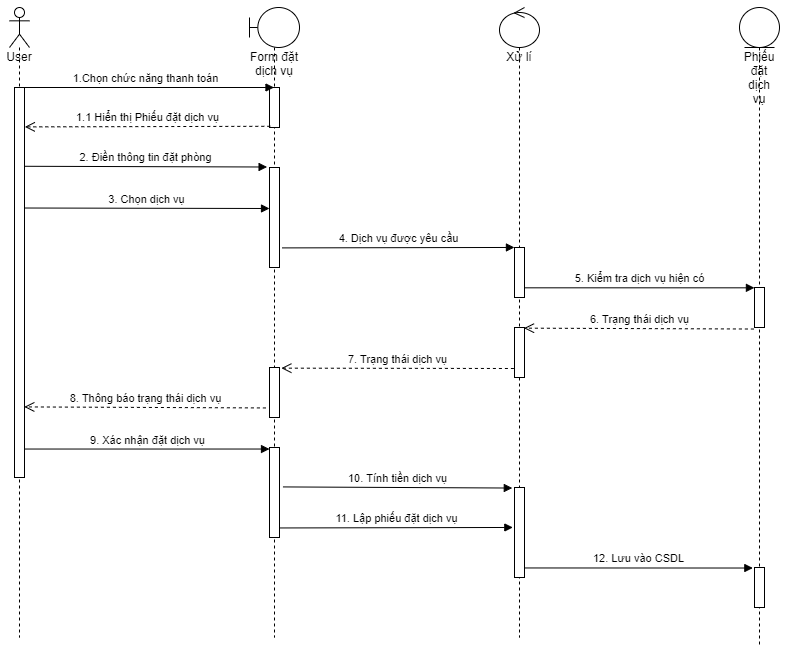
Above: Phan_Tich_Thiet_Ke/Diagram/Sequence_Diagram/Sequence_DatDichVu.png in KNhaa/DoAnCNPM (draw.io), before the change. Source tidied: cells renumbered, new cells last; positions are measured from the earlier drawing's top-left corner, leaving out a move shared by most shapes. The source it was exported from:
```xml
<mxGraphModel>
  <root>
    <mxCell id="0" />
    <mxCell id="1" parent="0" />
    <mxCell id="2" value="User" style="shape=umlLifeline;participant=umlActor;perimeter=lifelinePerimeter;whiteSpace=wrap;html=1;verticalAlign=top;spacingTop=36;outlineConnect=0;" parent="1" vertex="1">
      <mxGeometry width="20" height="630" as="geometry" />
    </mxCell>
    <mxCell id="3" style="html=1;points=[];perimeter=orthogonalPerimeter;" parent="2" vertex="1">
      <mxGeometry x="5" y="80" width="10" height="390" as="geometry" />
    </mxCell>
    <mxCell id="4" value="Form đặt dịch vụ" style="shape=umlLifeline;participant=umlBoundary;perimeter=lifelinePerimeter;whiteSpace=wrap;html=1;verticalAlign=top;spacingTop=36;outlineConnect=0;" parent="1" vertex="1">
      <mxGeometry x="240" width="50" height="630" as="geometry" />
    </mxCell>
    <mxCell id="5" style="html=1;points=[];perimeter=orthogonalPerimeter;" parent="4" vertex="1">
      <mxGeometry x="20" y="80" width="10" height="40" as="geometry" />
    </mxCell>
    <mxCell id="6" style="html=1;points=[];perimeter=orthogonalPerimeter;" parent="4" vertex="1">
      <mxGeometry x="20" y="160" width="10" height="100" as="geometry" />
    </mxCell>
    <mxCell id="7" style="html=1;points=[];perimeter=orthogonalPerimeter;" parent="4" vertex="1">
      <mxGeometry x="20" y="360" width="10" height="50" as="geometry" />
    </mxCell>
    <mxCell id="8" value="Phiếu đặt dịch vụ" style="shape=umlLifeline;participant=umlEntity;perimeter=lifelinePerimeter;whiteSpace=wrap;html=1;verticalAlign=top;spacingTop=36;size=40;" parent="1" vertex="1">
      <mxGeometry x="730" width="40" height="640" as="geometry" />
    </mxCell>
    <mxCell id="9" style="html=1;points=[];perimeter=orthogonalPerimeter;" parent="8" vertex="1">
      <mxGeometry x="15" y="560" width="10" height="40" as="geometry" />
    </mxCell>
    <mxCell id="10" value="Xử lí" style="shape=umlLifeline;participant=umlControl;perimeter=lifelinePerimeter;whiteSpace=wrap;html=1;verticalAlign=top;spacingTop=36;" parent="1" vertex="1">
      <mxGeometry x="490" width="40" height="630" as="geometry" />
    </mxCell>
    <mxCell id="11" style="html=1;points=[];perimeter=orthogonalPerimeter;" parent="10" vertex="1">
      <mxGeometry x="15" y="240" width="10" height="50" as="geometry" />
    </mxCell>
    <mxCell id="12" style="html=1;points=[];perimeter=orthogonalPerimeter;" parent="10" vertex="1">
      <mxGeometry x="15" y="320" width="10" height="50" as="geometry" />
    </mxCell>
    <mxCell id="13" value="1.Chọn chức năng thanh toán" style="html=1;verticalAlign=bottom;endArrow=block;exitX=0.34;exitY=0;exitDx=0;exitDy=0;exitPerimeter=0;" parent="1" edge="1" source="3" target="4">
      <mxGeometry relative="1" as="geometry" />
    </mxCell>
    <mxCell id="14" value="4. Dịch vụ được yêu cầu" style="html=1;verticalAlign=bottom;endArrow=block;exitX=1.28;exitY=0.804;exitDx=0;exitDy=0;exitPerimeter=0;entryX=-0.007;entryY=-0.001;entryDx=0;entryDy=0;entryPerimeter=0;" parent="1" edge="1" source="6" target="11">
      <mxGeometry relative="1" as="geometry" />
    </mxCell>
    <mxCell id="15" value="1.1 Hiển thị Phiếu đặt dịch vụ" style="html=1;verticalAlign=bottom;endArrow=open;dashed=1;endSize=8;entryX=1.033;entryY=0.101;entryDx=0;entryDy=0;entryPerimeter=0;exitX=0.08;exitY=0.97;exitDx=0;exitDy=0;exitPerimeter=0;" parent="1" edge="1" source="5" target="3">
      <mxGeometry relative="1" as="geometry" />
    </mxCell>
    <mxCell id="16" value="2. Điền thông tin đặt phòng" style="html=1;verticalAlign=bottom;endArrow=block;exitX=0.98;exitY=0.202;exitDx=0;exitDy=0;exitPerimeter=0;entryX=-0.24;entryY=-0.005;entryDx=0;entryDy=0;entryPerimeter=0;" parent="1" edge="1" source="3" target="6">
      <mxGeometry relative="1" as="geometry" />
    </mxCell>
    <mxCell id="17" value="3. Chọn dịch vụ" style="html=1;verticalAlign=bottom;endArrow=block;exitX=0.98;exitY=0.309;exitDx=0;exitDy=0;exitPerimeter=0;" parent="1" edge="1" source="3">
      <mxGeometry relative="1" as="geometry">
        <mxPoint x="260" y="201" as="targetPoint" />
      </mxGeometry>
    </mxCell>
    <mxCell id="18" value="5. Kiểm tra dịch vụ hiện có" style="html=1;verticalAlign=bottom;endArrow=block;entryX=-0.007;entryY=0.008;entryDx=0;entryDy=0;entryPerimeter=0;" parent="1" edge="1" source="11" target="19">
      <mxGeometry relative="1" as="geometry" />
    </mxCell>
    <mxCell id="19" style="html=1;points=[];perimeter=orthogonalPerimeter;" parent="1" vertex="1">
      <mxGeometry x="745" y="280" width="10" height="40" as="geometry" />
    </mxCell>
    <mxCell id="20" value="6. Trạng thái dịch vụ" style="html=1;verticalAlign=bottom;endArrow=open;dashed=1;endSize=8;exitX=-0.06;exitY=1.038;exitDx=0;exitDy=0;exitPerimeter=0;entryX=0.953;entryY=0.013;entryDx=0;entryDy=0;entryPerimeter=0;" parent="1" edge="1" source="19" target="12">
      <mxGeometry relative="1" as="geometry" />
    </mxCell>
    <mxCell id="21" value="7. Trạng thái dịch vụ" style="html=1;verticalAlign=bottom;endArrow=open;dashed=1;endSize=8;exitX=-0.06;exitY=0.82;exitDx=0;exitDy=0;exitPerimeter=0;entryX=1.187;entryY=0.013;entryDx=0;entryDy=0;entryPerimeter=0;" parent="1" edge="1" source="12" target="7">
      <mxGeometry relative="1" as="geometry" />
    </mxCell>
    <mxCell id="22" value="8. Thông báo trạng thái dịch vụ" style="html=1;verticalAlign=bottom;endArrow=open;dashed=1;endSize=8;exitX=-0.36;exitY=0.809;exitDx=0;exitDy=0;exitPerimeter=0;entryX=0.98;entryY=0.819;entryDx=0;entryDy=0;entryPerimeter=0;" parent="1" edge="1" source="7" target="3">
      <mxGeometry relative="1" as="geometry" />
    </mxCell>
    <mxCell id="23" value="9. Xác nhận đặt dịch vụ" style="html=1;verticalAlign=bottom;endArrow=block;exitX=1.033;exitY=0.927;exitDx=0;exitDy=0;exitPerimeter=0;" parent="1" edge="1" source="3" target="24">
      <mxGeometry relative="1" as="geometry" />
    </mxCell>
    <mxCell id="24" style="html=1;points=[];perimeter=orthogonalPerimeter;" parent="1" vertex="1">
      <mxGeometry x="260" y="440" width="10" height="90" as="geometry" />
    </mxCell>
    <mxCell id="25" style="html=1;points=[];perimeter=orthogonalPerimeter;" parent="1" vertex="1">
      <mxGeometry x="505" y="480" width="10" height="90" as="geometry" />
    </mxCell>
    <mxCell id="26" value="10. Tính tiền dịch vụ" style="html=1;verticalAlign=bottom;endArrow=block;exitX=1.347;exitY=0.438;exitDx=0;exitDy=0;exitPerimeter=0;entryX=-0.22;entryY=0.006;entryDx=0;entryDy=0;entryPerimeter=0;" parent="1" edge="1" source="24" target="25">
      <mxGeometry relative="1" as="geometry" />
    </mxCell>
    <mxCell id="27" value="11. Lập phiếu đặt dịch vụ" style="html=1;verticalAlign=bottom;endArrow=block;exitX=1.08;exitY=0.894;exitDx=0;exitDy=0;exitPerimeter=0;entryX=-0.167;entryY=0.444;entryDx=0;entryDy=0;entryPerimeter=0;" parent="1" edge="1" source="24" target="25">
      <mxGeometry relative="1" as="geometry" />
    </mxCell>
    <mxCell id="28" value="12. Lưu vào CSDL" style="html=1;verticalAlign=bottom;endArrow=block;exitX=0.953;exitY=0.894;exitDx=0;exitDy=0;exitPerimeter=0;entryX=-0.167;entryY=0.013;entryDx=0;entryDy=0;entryPerimeter=0;" parent="1" edge="1" source="25" target="9">
      <mxGeometry relative="1" as="geometry" />
    </mxCell>
  </root>
</mxGraphModel>
```
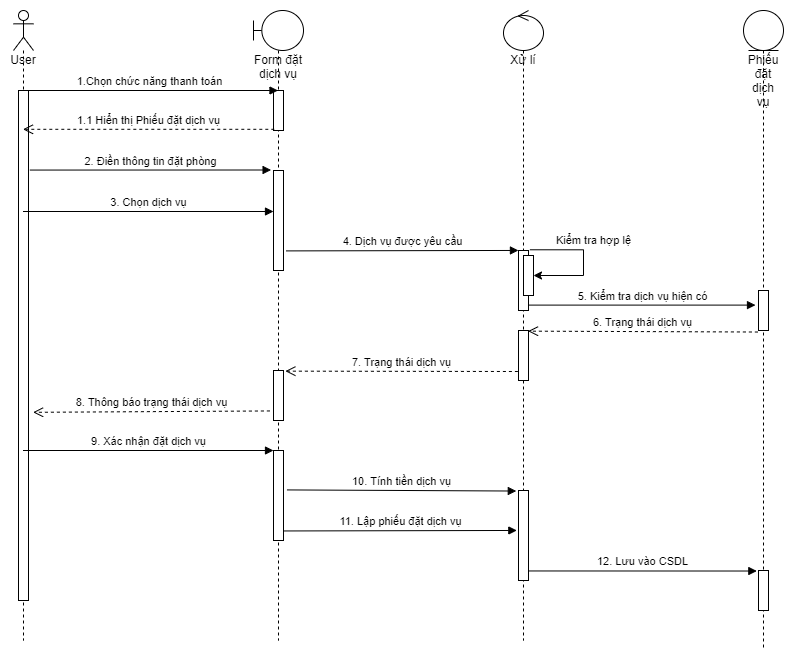
The same file after the commit.

Commit message:
Update lại diagram

What changed in the source:
```diff
@@ -6,7 +6,7 @@
       <mxGeometry width="20" height="630" as="geometry" />
     </mxCell>
     <mxCell id="3" style="html=1;points=[];perimeter=orthogonalPerimeter;" parent="2" vertex="1">
-      <mxGeometry x="5" y="80" width="10" height="390" as="geometry" />
+      <mxGeometry x="5" y="80" width="10" height="510" as="geometry" />
     </mxCell>
     <mxCell id="4" value="Form đặt dịch vụ" style="shape=umlLifeline;participant=umlBoundary;perimeter=lifelinePerimeter;whiteSpace=wrap;html=1;verticalAlign=top;spacingTop=36;outlineConnect=0;" parent="1" vertex="1">
       <mxGeometry x="240" width="50" height="630" as="geometry" />
@@ -30,7 +30,7 @@
       <mxGeometry x="490" width="40" height="630" as="geometry" />
     </mxCell>
     <mxCell id="11" style="html=1;points=[];perimeter=orthogonalPerimeter;" parent="10" vertex="1">
-      <mxGeometry x="15" y="240" width="10" height="50" as="geometry" />
+      <mxGeometry x="15" y="240" width="10" height="60" as="geometry" />
     </mxCell>
     <mxCell id="12" style="html=1;points=[];perimeter=orthogonalPerimeter;" parent="10" vertex="1">
       <mxGeometry x="15" y="320" width="10" height="50" as="geometry" />
@@ -41,18 +41,18 @@
     <mxCell id="14" value="4. Dịch vụ được yêu cầu" style="html=1;verticalAlign=bottom;endArrow=block;exitX=1.28;exitY=0.804;exitDx=0;exitDy=0;exitPerimeter=0;entryX=-0.007;entryY=-0.001;entryDx=0;entryDy=0;entryPerimeter=0;" parent="1" edge="1" source="6" target="11">
       <mxGeometry relative="1" as="geometry" />
     </mxCell>
-    <mxCell id="15" value="1.1 Hiển thị Phiếu đặt dịch vụ" style="html=1;verticalAlign=bottom;endArrow=open;dashed=1;endSize=8;entryX=1.033;entryY=0.101;entryDx=0;entryDy=0;entryPerimeter=0;exitX=0.08;exitY=0.97;exitDx=0;exitDy=0;exitPerimeter=0;" parent="1" edge="1" source="5" target="3">
+    <mxCell id="15" value="1.1 Hiển thị Phiếu đặt dịch vụ" style="html=1;verticalAlign=bottom;endArrow=open;dashed=1;endSize=8;exitX=0.08;exitY=0.97;exitDx=0;exitDy=0;exitPerimeter=0;" parent="1" edge="1" source="5" target="2">
       <mxGeometry relative="1" as="geometry" />
     </mxCell>
-    <mxCell id="16" value="2. Điền thông tin đặt phòng" style="html=1;verticalAlign=bottom;endArrow=block;exitX=0.98;exitY=0.202;exitDx=0;exitDy=0;exitPerimeter=0;entryX=-0.24;entryY=-0.005;entryDx=0;entryDy=0;entryPerimeter=0;" parent="1" edge="1" source="3" target="6">
+    <mxCell id="16" value="2. Điền thông tin đặt phòng" style="html=1;verticalAlign=bottom;endArrow=block;exitX=1.14;exitY=0.156;exitDx=0;exitDy=0;exitPerimeter=0;entryX=-0.24;entryY=-0.005;entryDx=0;entryDy=0;entryPerimeter=0;" parent="1" edge="1" source="3" target="6">
       <mxGeometry relative="1" as="geometry" />
     </mxCell>
-    <mxCell id="17" value="3. Chọn dịch vụ" style="html=1;verticalAlign=bottom;endArrow=block;exitX=0.98;exitY=0.309;exitDx=0;exitDy=0;exitPerimeter=0;" parent="1" edge="1" source="3">
+    <mxCell id="17" value="3. Chọn dịch vụ" style="html=1;verticalAlign=bottom;endArrow=block;" parent="1" edge="1" source="2">
       <mxGeometry relative="1" as="geometry">
         <mxPoint x="260" y="201" as="targetPoint" />
       </mxGeometry>
     </mxCell>
-    <mxCell id="18" value="5. Kiểm tra dịch vụ hiện có" style="html=1;verticalAlign=bottom;endArrow=block;entryX=-0.007;entryY=0.008;entryDx=0;entryDy=0;entryPerimeter=0;" parent="1" edge="1" source="11" target="19">
+    <mxCell id="18" value="5. Kiểm tra dịch vụ hiện có" style="html=1;verticalAlign=bottom;endArrow=block;entryX=-0.3;entryY=0.365;entryDx=0;entryDy=0;entryPerimeter=0;" parent="1" edge="1" source="11" target="19">
       <mxGeometry relative="1" as="geometry" />
     </mxCell>
     <mxCell id="19" style="html=1;points=[];perimeter=orthogonalPerimeter;" parent="1" vertex="1">
@@ -64,10 +64,10 @@
     <mxCell id="21" value="7. Trạng thái dịch vụ" style="html=1;verticalAlign=bottom;endArrow=open;dashed=1;endSize=8;exitX=-0.06;exitY=0.82;exitDx=0;exitDy=0;exitPerimeter=0;entryX=1.187;entryY=0.013;entryDx=0;entryDy=0;entryPerimeter=0;" parent="1" edge="1" source="12" target="7">
       <mxGeometry relative="1" as="geometry" />
     </mxCell>
-    <mxCell id="22" value="8. Thông báo trạng thái dịch vụ" style="html=1;verticalAlign=bottom;endArrow=open;dashed=1;endSize=8;exitX=-0.36;exitY=0.809;exitDx=0;exitDy=0;exitPerimeter=0;entryX=0.98;entryY=0.819;entryDx=0;entryDy=0;entryPerimeter=0;" parent="1" edge="1" source="7" target="3">
+    <mxCell id="22" value="8. Thông báo trạng thái dịch vụ" style="html=1;verticalAlign=bottom;endArrow=open;dashed=1;endSize=8;exitX=-0.36;exitY=0.809;exitDx=0;exitDy=0;exitPerimeter=0;entryX=1.46;entryY=0.631;entryDx=0;entryDy=0;entryPerimeter=0;" parent="1" edge="1" source="7" target="3">
       <mxGeometry relative="1" as="geometry" />
     </mxCell>
-    <mxCell id="23" value="9. Xác nhận đặt dịch vụ" style="html=1;verticalAlign=bottom;endArrow=block;exitX=1.033;exitY=0.927;exitDx=0;exitDy=0;exitPerimeter=0;" parent="1" edge="1" source="3" target="24">
+    <mxCell id="23" value="9. Xác nhận đặt dịch vụ" style="html=1;verticalAlign=bottom;endArrow=block;" parent="1" edge="1" source="2" target="24">
       <mxGeometry relative="1" as="geometry" />
     </mxCell>
     <mxCell id="24" style="html=1;points=[];perimeter=orthogonalPerimeter;" parent="1" vertex="1">
@@ -85,5 +85,17 @@
     <mxCell id="28" value="12. Lưu vào CSDL" style="html=1;verticalAlign=bottom;endArrow=block;exitX=0.953;exitY=0.894;exitDx=0;exitDy=0;exitPerimeter=0;entryX=-0.167;entryY=0.013;entryDx=0;entryDy=0;entryPerimeter=0;" parent="1" edge="1" source="25" target="9">
       <mxGeometry relative="1" as="geometry" />
     </mxCell>
+    <mxCell id="29" value="Kiểm tra hợp lệ" style="endArrow=classic;html=1;exitX=1.14;exitY=-0.012;exitDx=0;exitDy=0;exitPerimeter=0;edgeStyle=orthogonalEdgeStyle;rounded=0;" parent="1" edge="1" source="11" target="30">
+      <mxGeometry x="-0.17" y="14" relative="1" as="geometry">
+        <Array as="points">
+          <mxPoint x="570" y="239" />
+          <mxPoint x="570" y="265" />
+        </Array>
+        <mxPoint x="-4" y="-10" as="offset" />
+      </mxGeometry>
+    </mxCell>
+    <mxCell id="30" style="html=1;points=[];perimeter=orthogonalPerimeter;" parent="1" vertex="1">
+      <mxGeometry x="510" y="245" width="10" height="40" as="geometry" />
+    </mxCell>
   </root>
 </mxGraphModel>
```
